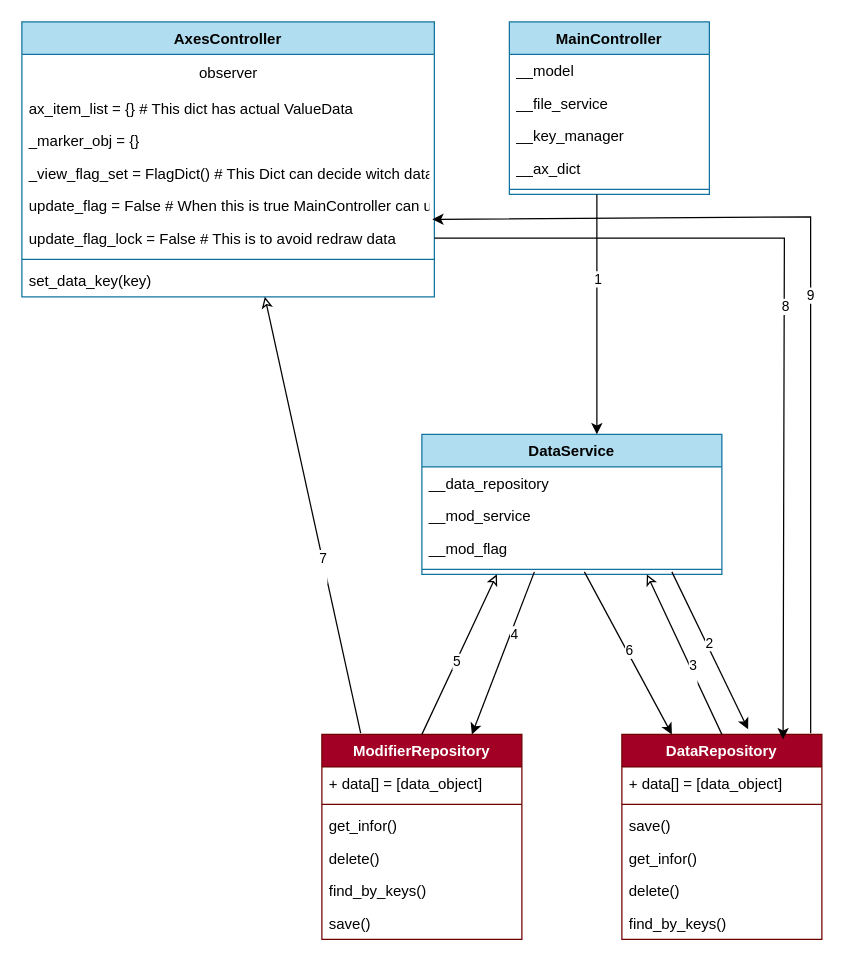
lunelukkio/ScanDataPy keeps this draw.io diagram as page "data flow" (2 of 11) of ScanDataPy/UML_SCANDATA.drawio. Above is the earlier version. Source tidied: cells renumbered, new cells numbered last; positions are measured from the earlier drawing's top-left corner, leaving out a move shared by most shapes. Both pictures are drawn from the tidied source at 125%, with x=0, y=0 at pixel (21, 21).
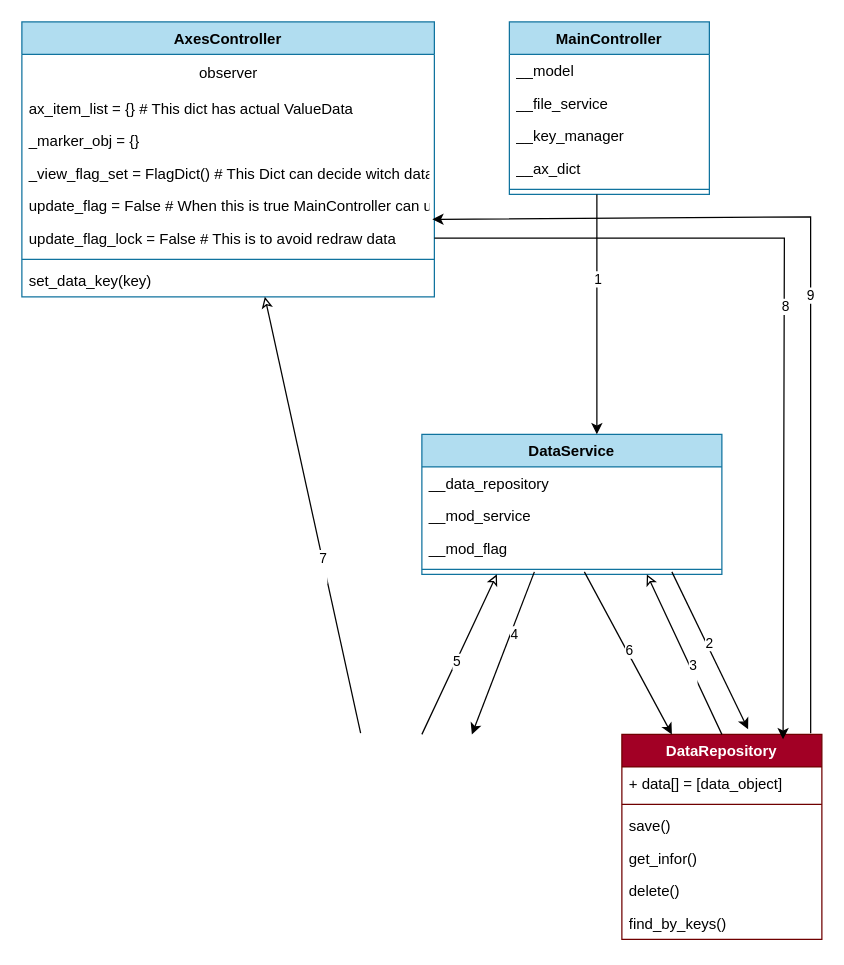
The same page after the edit.

Unchanged cells that the change refers to:
```xml
<mxCell id="16" value="DataService" style="swimlane;fontStyle=1;align=center;verticalAlign=top;horizontal=1;startSize=26;fillColor=#b1ddf0;strokeColor=#10739e;" parent="1" vertex="1">
  <mxGeometry x="320" y="330" width="240" height="112" as="geometry" />
</mxCell>
<mxCell id="37" value="set_data_key(key)" style="text;strokeColor=none;fillColor=none;align=left;verticalAlign=top;spacingLeft=4;spacingRight=4;overflow=hidden;points=[[0,0.5],[1,0.5]];portConstraint=eastwest;" parent="29" vertex="1">
  <mxGeometry y="194" width="330" height="26" as="geometry" />
</mxCell>
```

Diff of the diagram source:
```diff
@@
-    <mxCell id="2" value="ModifierRepository" style="swimlane;fontStyle=1;align=center;verticalAlign=top;horizontal=1;startSize=26;whiteSpace=wrap;html=1;fillColor=#a20025;fontColor=#ffffff;strokeColor=#6F0000;" parent="1" vertex="1">
-      <mxGeometry x="240" y="570" width="160" height="164" as="geometry" />
-    </mxCell>
-    <mxCell id="3" value="+ data[] = [data_object]" style="text;strokeColor=none;fillColor=none;align=left;verticalAlign=top;spacingLeft=4;spacingRight=4;overflow=hidden;fontStyle=0;" parent="2" vertex="1">
-      <mxGeometry y="26" width="160" height="26" as="geometry" />
-    </mxCell>
-    <mxCell id="4" style="line;strokeWidth=1;fillColor=none;align=left;verticalAlign=middle;spacingTop=-1;spacingLeft=3;spacingRight=3;labelPosition=right;strokeColor=inherit;" parent="2" vertex="1">
-      <mxGeometry y="52" width="160" height="8" as="geometry" />
-    </mxCell>
-    <mxCell id="5" value="get_infor()" style="text;strokeColor=none;fillColor=none;align=left;verticalAlign=top;spacingLeft=4;spacingRight=4;overflow=hidden;" parent="2" vertex="1">
-      <mxGeometry y="60" width="160" height="26" as="geometry" />
-    </mxCell>
-    <mxCell id="6" value="delete()" style="text;strokeColor=none;fillColor=none;align=left;verticalAlign=top;spacingLeft=4;spacingRight=4;overflow=hidden;" parent="2" vertex="1">
-      <mxGeometry y="86" width="160" height="26" as="geometry" />
-    </mxCell>
-    <mxCell id="7" value="find_by_keys()" style="text;strokeColor=none;fillColor=none;align=left;verticalAlign=top;spacingLeft=4;spacingRight=4;overflow=hidden;" parent="2" vertex="1">
-      <mxGeometry y="112" width="160" height="26" as="geometry" />
-    </mxCell>
-    <mxCell id="8" value="save()" style="text;strokeColor=none;fillColor=none;align=left;verticalAlign=top;spacingLeft=4;spacingRight=4;overflow=hidden;" parent="2" vertex="1">
-      <mxGeometry y="138" width="160" height="26" as="geometry" />
-    </mxCell>
@@
-    <mxCell id="42" style="endArrow=none;html=1;rounded=0;entryX=0.5;entryY=0;entryDx=0;entryDy=0;exitX=0.25;exitY=1;exitDx=0;exitDy=0;startArrow=classic;startFill=0;endFill=0;" parent="1" edge="1" source="16" target="2">
-      <mxGeometry relative="1" as="geometry" />
+    <mxCell id="42" style="endArrow=none;html=1;rounded=0;entryX=0.5;entryY=0;entryDx=0;entryDy=0;exitX=0.25;exitY=1;exitDx=0;exitDy=0;startArrow=classic;startFill=0;endFill=0;" parent="1" edge="1" source="16">
+      <mxGeometry relative="1" as="geometry">
+        <mxPoint x="320" y="570" as="targetPoint" />
+      </mxGeometry>
     </mxCell>
@@
-    <mxCell id="45" style="endArrow=classic;html=1;rounded=0;entryX=0.75;entryY=0;entryDx=0;entryDy=0;" parent="1" edge="1" target="2">
+    <mxCell id="45" style="endArrow=classic;html=1;rounded=0;entryX=0.75;entryY=0;entryDx=0;entryDy=0;" parent="1" edge="1">
       <mxGeometry relative="1" as="geometry">
         <mxPoint x="410" y="440" as="sourcePoint" />
+        <mxPoint x="360" y="570" as="targetPoint" />
       </mxGeometry>
     </mxCell>
@@
-    <mxCell id="49" style="endArrow=none;html=1;rounded=0;entryX=0.194;entryY=-0.006;entryDx=0;entryDy=0;exitX=0.589;exitY=1;exitDx=0;exitDy=0;startArrow=classic;startFill=0;endFill=0;entryPerimeter=0;exitPerimeter=0;" parent="1" edge="1" source="37" target="2">
-      <mxGeometry relative="1" as="geometry" />
+    <mxCell id="49" style="endArrow=none;html=1;rounded=0;entryX=0.194;entryY=-0.006;entryDx=0;entryDy=0;exitX=0.589;exitY=1;exitDx=0;exitDy=0;startArrow=classic;startFill=0;endFill=0;entryPerimeter=0;exitPerimeter=0;" parent="1" edge="1" source="37">
+      <mxGeometry relative="1" as="geometry">
+        <mxPoint x="271" y="569" as="targetPoint" />
+      </mxGeometry>
     </mxCell>
```
